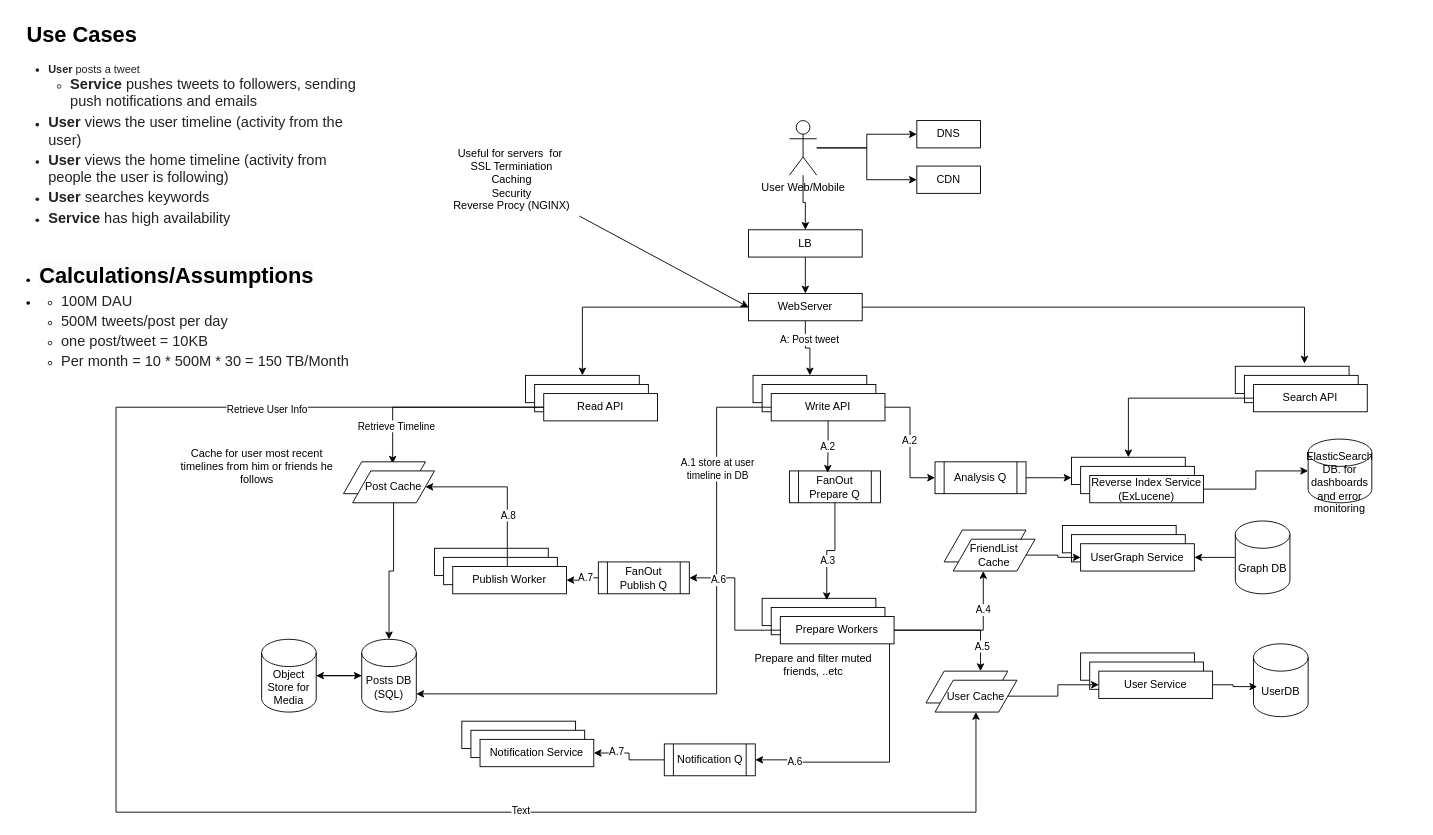
The draw.io diagram NewsFeed(twitter-FB).drawio in aismail2008/systemdesign, before the edit. Source tidied: cells renumbered, new cells numbered last; positions are measured from the earlier drawing's top-left corner, leaving out a move shared by most shapes. Both pictures are drawn from the tidied source at 91%, with x=0, y=0 at pixel (15, 15).
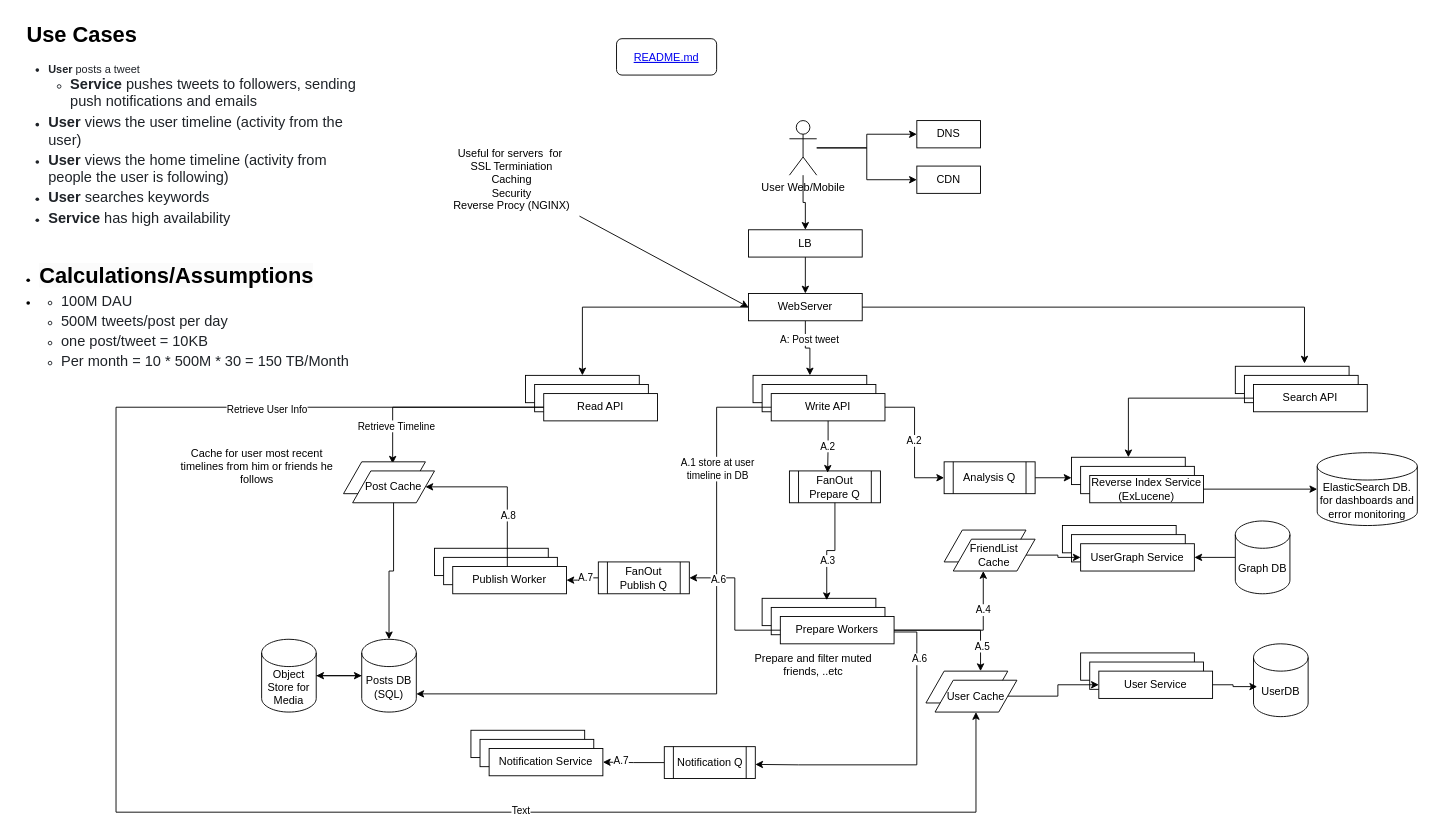
The same page after the edit.

The change refers to these unchanged cells:
```xml
<mxCell id="46" value="Prepare Workers" style="rounded=0;whiteSpace=wrap;html=1;" parent="43" vertex="1">
  <mxGeometry x="20" y="20" width="125" height="30" as="geometry" />
</mxCell>
```

The edit, as a diff of the source:
```diff
@@
     <mxCell id="89" style="group;" parent="1" vertex="1">
-      <mxGeometry x="490" y="775" width="145" height="50" as="geometry" />
+      <mxGeometry x="500" y="785" width="145" height="50" as="geometry" />
     </mxCell>
@@
-    <mxCell id="95" style="edgeStyle=orthogonalEdgeStyle;rounded=0;jettySize=auto;html=1;entryX=1;entryY=0.5;entryDx=0;entryDy=0;" parent="1" edge="1" source="46" target="97">
+    <mxCell id="95" style="edgeStyle=orthogonalEdgeStyle;rounded=0;orthogonalLoop=1;jettySize=auto;html=1;entryX=1;entryY=0.5;entryDx=0;entryDy=0;" parent="1" edge="1">
       <mxGeometry relative="1" as="geometry">
+        <mxPoint x="965" y="677" as="sourcePoint" />
+        <mxPoint x="812.5" y="822.5" as="targetPoint" />
         <Array as="points">
-          <mxPoint x="960" y="820" />
-          <mxPoint x="860" y="820" />
-          <mxPoint x="860" y="818" />
+          <mxPoint x="990" y="677" />
+          <mxPoint x="990" y="823" />
+          <mxPoint x="860" y="823" />
         </Array>
       </mxGeometry>
     </mxCell>
     <mxCell id="96" value="A.6" style="edgeLabel;html=1;align=center;verticalAlign=middle;" parent="95" vertex="1">
-      <mxGeometry x="0.69" y="2" relative="1" as="geometry" />
+      <mxGeometry x="-0.69" y="2" relative="1" as="geometry" />
     </mxCell>
     <mxCell id="97" value="Notification Q" style="shape=process;whiteSpace=wrap;html=1;backgroundOutline=1;" parent="1" vertex="1">
-      <mxGeometry x="712.5" y="800" width="100" height="35" as="geometry" />
+      <mxGeometry x="712.5" y="803" width="100" height="35" as="geometry" />
     </mxCell>
@@
     <mxCell id="102" value="Analysis Q" style="shape=process;whiteSpace=wrap;html=1;backgroundOutline=1;" parent="1" vertex="1">
-      <mxGeometry x="1010" y="490" width="100" height="35" as="geometry" />
+      <mxGeometry x="1020" y="490" width="100" height="35" as="geometry" />
     </mxCell>
@@
     <mxCell id="109" value="ElasticSearch DB. for dashboards and error monitoring" style="shape=cylinder3;whiteSpace=wrap;html=1;boundedLbl=1;backgroundOutline=1;size=15;" parent="1" vertex="1">
-      <mxGeometry x="1420" y="465" width="70" height="70" as="geometry" />
+      <mxGeometry x="1430" y="480" width="110" height="80" as="geometry" />
     </mxCell>
@@
+    <mxCell id="112" value="README.md" style="fontColor=#0000EE;fontStyle=4;rounded=1;overflow=hidden;spacing=10;" parent="1" vertex="1">
+      <mxGeometry x="660" y="25" width="110" height="40" as="geometry" />
+    </mxCell>
```
